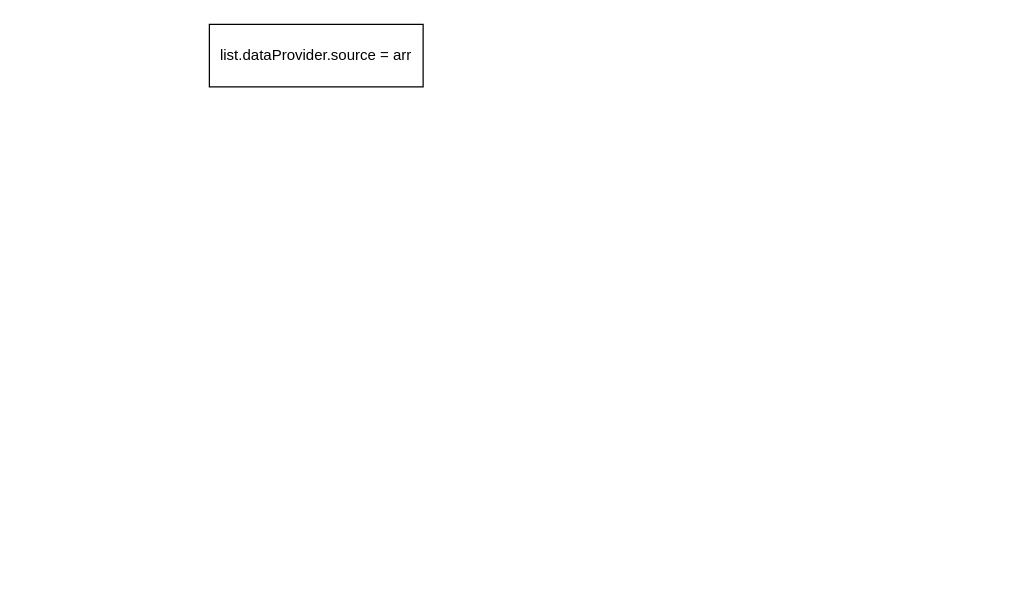
breezerzxq/Diagram keeps this draw.io diagram as page "list.dataProvider.source" (4 of 4) of G123/G123.drawio. Above is the earlier version. Source tidied: cells renumbered, new cells numbered last; positions are measured from the earlier drawing's top-left corner, leaving out a move shared by most shapes. Both pictures are drawn from the tidied source at 125%, with x=0, y=0 at pixel (209, 24).
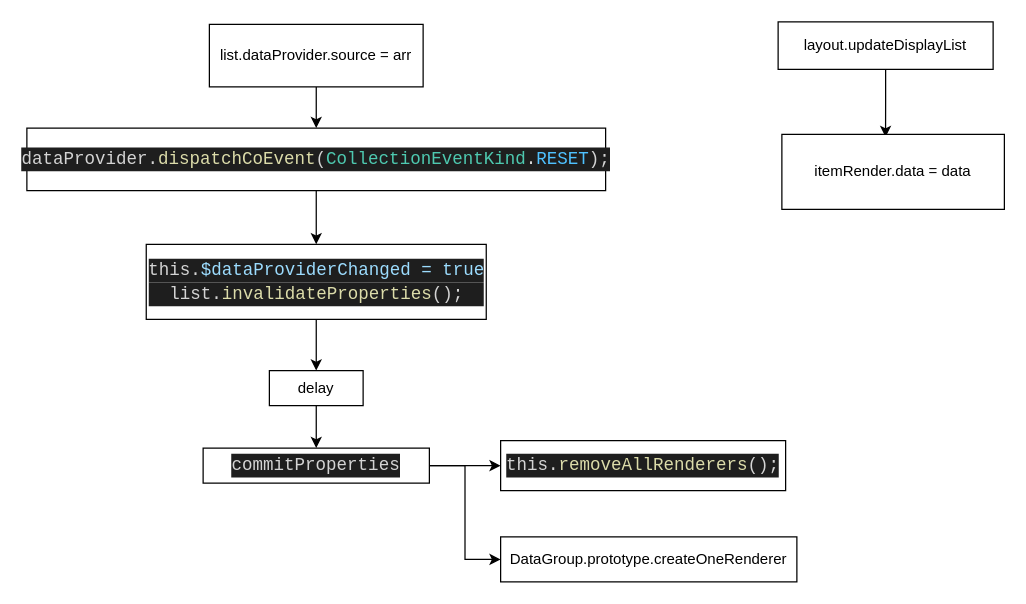
The same page after the edit.

Diff of the diagram source:
```diff
@@
 <mxGraphModel>
   <root>
     <mxCell id="0" />
     <mxCell id="1" parent="0" />
+    <mxCell id="3" style="edgeStyle=orthogonalEdgeStyle;rounded=0;jettySize=auto;html=1;" parent="1" edge="1" source="2" target="5">
+      <mxGeometry relative="1" as="geometry" />
+    </mxCell>
     <mxCell id="2" value="list.dataProvider.source = arr" style="html=1;whiteSpace=wrap;" parent="1" vertex="1">
       <mxGeometry width="171" height="50" as="geometry" />
     </mxCell>
+    <mxCell id="4" style="edgeStyle=orthogonalEdgeStyle;rounded=0;jettySize=auto;html=1;" parent="1" edge="1" source="5" target="7">
+      <mxGeometry relative="1" as="geometry" />
+    </mxCell>
+    <mxCell id="5" value="&lt;div style=&quot;color: rgb(212, 212, 212); background-color: rgb(30, 30, 30); font-family: Consolas, &amp;quot;Courier New&amp;quot;, monospace; font-size: 14px; line-height: 19px;&quot;&gt;dataProvider.&lt;span style=&quot;color: #dcdcaa;&quot;&gt;dispatchCoEvent&lt;/span&gt;(&lt;span style=&quot;color: #4ec9b0;&quot;&gt;CollectionEventKind&lt;/span&gt;.&lt;span style=&quot;color: #4fc1ff;&quot;&gt;RESET&lt;/span&gt;);&lt;/div&gt;" style="html=1;whiteSpace=wrap;" parent="1" vertex="1">
+      <mxGeometry x="-146" y="83" width="463" height="50" as="geometry" />
+    </mxCell>
+    <mxCell id="6" style="edgeStyle=orthogonalEdgeStyle;rounded=0;jettySize=auto;html=1;" parent="1" edge="1" source="7" target="9">
+      <mxGeometry relative="1" as="geometry" />
+    </mxCell>
+    <mxCell id="7" value="&lt;div style=&quot;color: rgb(212, 212, 212); background-color: rgb(30, 30, 30); font-family: Consolas, &amp;quot;Courier New&amp;quot;, monospace; font-size: 14px; line-height: 19px;&quot;&gt;this&lt;span style=&quot;&quot;&gt;.&lt;/span&gt;&lt;span style=&quot;color: rgb(156, 220, 254);&quot;&gt;$dataProviderChanged = true&lt;/span&gt;&lt;/div&gt;&lt;div style=&quot;color: rgb(212, 212, 212); background-color: rgb(30, 30, 30); font-family: Consolas, &amp;quot;Courier New&amp;quot;, monospace; font-size: 14px; line-height: 19px;&quot;&gt;list.&lt;span style=&quot;color: rgb(220, 220, 170);&quot;&gt;invalidateProperties&lt;/span&gt;();&lt;/div&gt;" style="whiteSpace=wrap;html=1;" parent="1" vertex="1">
+      <mxGeometry x="-50.5" y="176" width="272" height="60" as="geometry" />
+    </mxCell>
+    <mxCell id="8" style="edgeStyle=orthogonalEdgeStyle;rounded=0;jettySize=auto;html=1;" parent="1" edge="1" source="9" target="12">
+      <mxGeometry relative="1" as="geometry" />
+    </mxCell>
+    <mxCell id="9" value="delay" style="whiteSpace=wrap;html=1;" parent="1" vertex="1">
+      <mxGeometry x="48" y="277" width="75" height="28" as="geometry" />
+    </mxCell>
+    <mxCell id="10" style="edgeStyle=orthogonalEdgeStyle;rounded=0;jettySize=auto;html=1;" parent="1" edge="1" source="12" target="13">
+      <mxGeometry relative="1" as="geometry" />
+    </mxCell>
+    <mxCell id="11" style="edgeStyle=orthogonalEdgeStyle;rounded=0;jettySize=auto;html=1;entryX=0;entryY=0.5;entryDx=0;entryDy=0;" parent="1" edge="1" source="12" target="14">
+      <mxGeometry relative="1" as="geometry" />
+    </mxCell>
+    <mxCell id="12" value="&lt;div style=&quot;color: rgb(212, 212, 212); background-color: rgb(30, 30, 30); font-family: Consolas, &amp;quot;Courier New&amp;quot;, monospace; font-size: 14px; line-height: 19px;&quot;&gt;commitProperties&lt;/div&gt;" style="whiteSpace=wrap;html=1;" parent="1" vertex="1">
+      <mxGeometry x="-5" y="339" width="181" height="28" as="geometry" />
+    </mxCell>
+    <mxCell id="13" value="&lt;div style=&quot;color: rgb(212, 212, 212); background-color: rgb(30, 30, 30); font-family: Consolas, &amp;quot;Courier New&amp;quot;, monospace; font-size: 14px; line-height: 19px;&quot;&gt;&lt;div style=&quot;line-height: 19px;&quot;&gt;this.&lt;span style=&quot;color: #dcdcaa;&quot;&gt;removeAllRenderers&lt;/span&gt;();&lt;/div&gt;&lt;/div&gt;" style="whiteSpace=wrap;html=1;" parent="1" vertex="1">
+      <mxGeometry x="233" y="333" width="228" height="40" as="geometry" />
+    </mxCell>
+    <mxCell id="14" value="DataGroup.prototype.createOneRenderer" style="whiteSpace=wrap;html=1;" parent="1" vertex="1">
+      <mxGeometry x="233" y="410" width="237" height="36" as="geometry" />
+    </mxCell>
+    <mxCell id="15" style="edgeStyle=orthogonalEdgeStyle;rounded=0;jettySize=auto;html=1;entryX=0.466;entryY=0.036;entryDx=0;entryDy=0;entryPerimeter=0;" parent="1" edge="1" source="16" target="17">
+      <mxGeometry relative="1" as="geometry" />
+    </mxCell>
+    <mxCell id="16" value="layout.updateDisplayList" style="whiteSpace=wrap;html=1;" parent="1" vertex="1">
+      <mxGeometry x="455" y="-2" width="172" height="38" as="geometry" />
+    </mxCell>
+    <mxCell id="17" value="itemRender.data = data" style="whiteSpace=wrap;html=1;" parent="1" vertex="1">
+      <mxGeometry x="458" y="88" width="178" height="60" as="geometry" />
+    </mxCell>
   </root>
 </mxGraphModel>
```
